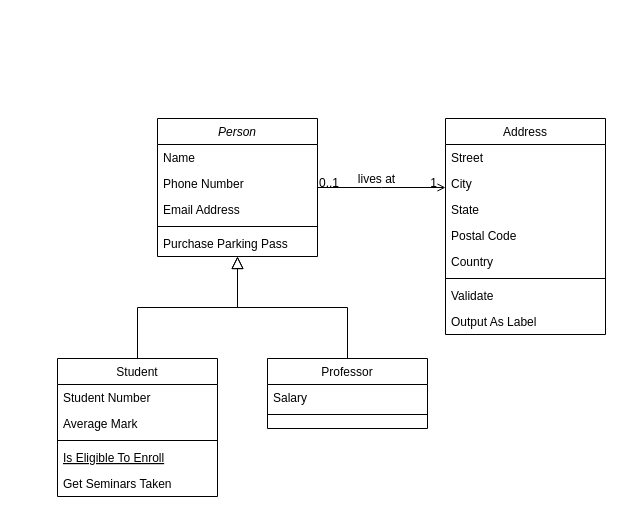
Before: Never-Edit-Master.drawio in 2kkei/CSS496, a draw.io diagram. Source tidied: cells renumbered, new cells numbered last; positions are measured from the earlier drawing's top-left corner, leaving out a move shared by most shapes. Both pictures are drawn from the tidied source at 100%, with x=0, y=0 at pixel (57, 118).
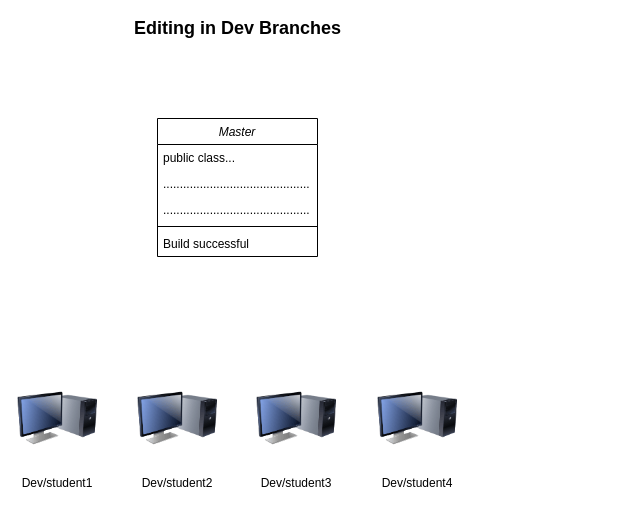
The same page after the edit.

Change to the diagram source:
```diff
@@
-    <mxCell id="2" value="Person" style="swimlane;fontStyle=2;align=center;verticalAlign=top;horizontal=1;startSize=26;rounded=0;shadow=0;strokeWidth=1;" parent="1" vertex="1">
+    <mxCell id="2" value="Master" style="swimlane;fontStyle=2;align=center;verticalAlign=top;horizontal=1;startSize=26;rounded=0;shadow=0;strokeWidth=1;" parent="1" vertex="1">
       <mxGeometry x="100" width="160" height="138" as="geometry" />
     </mxCell>
-    <mxCell id="3" value="Name" style="text;align=left;verticalAlign=top;spacingLeft=4;spacingRight=4;overflow=hidden;" parent="2" vertex="1">
+    <mxCell id="3" value="public class..." style="text;align=left;verticalAlign=top;spacingLeft=4;spacingRight=4;overflow=hidden;" parent="2" vertex="1">
       <mxGeometry y="26" width="160" height="26" as="geometry" />
     </mxCell>
-    <mxCell id="4" value="Phone Number" style="text;align=left;verticalAlign=top;spacingLeft=4;spacingRight=4;overflow=hidden;rounded=0;shadow=0;html=0;" parent="2" vertex="1">
+    <mxCell id="4" value="............................................ " style="text;align=left;verticalAlign=top;spacingLeft=4;spacingRight=4;overflow=hidden;rounded=0;shadow=0;html=0;" parent="2" vertex="1">
       <mxGeometry y="52" width="160" height="26" as="geometry" />
     </mxCell>
-    <mxCell id="5" value="Email Address" style="text;align=left;verticalAlign=top;spacingLeft=4;spacingRight=4;overflow=hidden;rounded=0;shadow=0;html=0;" parent="2" vertex="1">
+    <mxCell id="5" value="............................................ " style="text;align=left;verticalAlign=top;spacingLeft=4;spacingRight=4;overflow=hidden;rounded=0;shadow=0;html=0;" parent="2" vertex="1">
       <mxGeometry y="78" width="160" height="26" as="geometry" />
     </mxCell>
@@
-    <mxCell id="7" value="Purchase Parking Pass" style="text;align=left;verticalAlign=top;spacingLeft=4;spacingRight=4;overflow=hidden;" parent="2" vertex="1">
+    <mxCell id="7" value="Build successful" style="text;align=left;verticalAlign=top;spacingLeft=4;spacingRight=4;overflow=hidden;" parent="2" vertex="1">
       <mxGeometry y="112" width="160" height="26" as="geometry" />
     </mxCell>
-    <mxCell id="8" value="Student" style="swimlane;fontStyle=0;align=center;verticalAlign=top;horizontal=1;startSize=26;rounded=0;shadow=0;strokeWidth=1;" parent="1" vertex="1">
-      <mxGeometry y="240" width="160" height="138" as="geometry" />
-    </mxCell>
-    <mxCell id="9" value="Student Number" style="text;align=left;verticalAlign=top;spacingLeft=4;spacingRight=4;overflow=hidden;" parent="8" vertex="1">
-      <mxGeometry y="26" width="160" height="26" as="geometry" />
-    </mxCell>
-    <mxCell id="10" value="Average Mark" style="text;align=left;verticalAlign=top;spacingLeft=4;spacingRight=4;overflow=hidden;rounded=0;shadow=0;html=0;" parent="8" vertex="1">
-      <mxGeometry y="52" width="160" height="26" as="geometry" />
-    </mxCell>
-    <mxCell id="11" style="line;html=1;strokeWidth=1;align=left;verticalAlign=middle;spacingTop=-1;spacingLeft=3;spacingRight=3;labelPosition=right;" parent="8" vertex="1">
-      <mxGeometry y="78" width="160" height="8" as="geometry" />
-    </mxCell>
-    <mxCell id="12" value="Is Eligible To Enroll" style="text;align=left;verticalAlign=top;spacingLeft=4;spacingRight=4;overflow=hidden;fontStyle=4;" parent="8" vertex="1">
-      <mxGeometry y="86" width="160" height="26" as="geometry" />
-    </mxCell>
-    <mxCell id="13" value="Get Seminars Taken" style="text;align=left;verticalAlign=top;spacingLeft=4;spacingRight=4;overflow=hidden;" parent="8" vertex="1">
-      <mxGeometry y="112" width="160" height="26" as="geometry" />
-    </mxCell>
-    <mxCell id="14" style="endArrow=block;endSize=10;endFill=0;shadow=0;strokeWidth=1;rounded=0;edgeStyle=elbowEdgeStyle;elbow=vertical;" parent="1" edge="1" source="8" target="2">
-      <mxGeometry relative="1" as="geometry" />
-    </mxCell>
-    <mxCell id="15" value="Professor" style="swimlane;fontStyle=0;align=center;verticalAlign=top;horizontal=1;startSize=26;rounded=0;shadow=0;strokeWidth=1;" parent="1" vertex="1">
-      <mxGeometry x="210" y="240" width="160" height="70" as="geometry" />
-    </mxCell>
-    <mxCell id="16" value="Salary" style="text;align=left;verticalAlign=top;spacingLeft=4;spacingRight=4;overflow=hidden;" parent="15" vertex="1">
-      <mxGeometry y="26" width="160" height="26" as="geometry" />
-    </mxCell>
-    <mxCell id="17" style="line;html=1;strokeWidth=1;align=left;verticalAlign=middle;spacingTop=-1;spacingLeft=3;spacingRight=3;labelPosition=right;" parent="15" vertex="1">
-      <mxGeometry y="52" width="160" height="8" as="geometry" />
-    </mxCell>
-    <mxCell id="18" style="endArrow=block;endSize=10;endFill=0;shadow=0;strokeWidth=1;rounded=0;edgeStyle=elbowEdgeStyle;elbow=vertical;" parent="1" edge="1" source="15" target="2">
-      <mxGeometry relative="1" as="geometry" />
-    </mxCell>
-    <mxCell id="19" value="Address" style="swimlane;fontStyle=0;align=center;verticalAlign=top;horizontal=1;startSize=26;rounded=0;shadow=0;strokeWidth=1;" parent="1" vertex="1">
-      <mxGeometry x="388" width="160" height="216" as="geometry" />
-    </mxCell>
-    <mxCell id="20" value="Street" style="text;align=left;verticalAlign=top;spacingLeft=4;spacingRight=4;overflow=hidden;" parent="19" vertex="1">
-      <mxGeometry y="26" width="160" height="26" as="geometry" />
-    </mxCell>
-    <mxCell id="21" value="City" style="text;align=left;verticalAlign=top;spacingLeft=4;spacingRight=4;overflow=hidden;rounded=0;shadow=0;html=0;" parent="19" vertex="1">
-      <mxGeometry y="52" width="160" height="26" as="geometry" />
-    </mxCell>
-    <mxCell id="22" value="State" style="text;align=left;verticalAlign=top;spacingLeft=4;spacingRight=4;overflow=hidden;rounded=0;shadow=0;html=0;" parent="19" vertex="1">
-      <mxGeometry y="78" width="160" height="26" as="geometry" />
-    </mxCell>
-    <mxCell id="23" value="Postal Code" style="text;align=left;verticalAlign=top;spacingLeft=4;spacingRight=4;overflow=hidden;rounded=0;shadow=0;html=0;" parent="19" vertex="1">
-      <mxGeometry y="104" width="160" height="26" as="geometry" />
-    </mxCell>
-    <mxCell id="24" value="Country" style="text;align=left;verticalAlign=top;spacingLeft=4;spacingRight=4;overflow=hidden;rounded=0;shadow=0;html=0;" parent="19" vertex="1">
-      <mxGeometry y="130" width="160" height="26" as="geometry" />
-    </mxCell>
-    <mxCell id="25" style="line;html=1;strokeWidth=1;align=left;verticalAlign=middle;spacingTop=-1;spacingLeft=3;spacingRight=3;labelPosition=right;" parent="19" vertex="1">
-      <mxGeometry y="156" width="160" height="8" as="geometry" />
-    </mxCell>
-    <mxCell id="26" value="Validate" style="text;align=left;verticalAlign=top;spacingLeft=4;spacingRight=4;overflow=hidden;" parent="19" vertex="1">
-      <mxGeometry y="164" width="160" height="26" as="geometry" />
-    </mxCell>
-    <mxCell id="27" value="Output As Label" style="text;align=left;verticalAlign=top;spacingLeft=4;spacingRight=4;overflow=hidden;" parent="19" vertex="1">
-      <mxGeometry y="190" width="160" height="26" as="geometry" />
-    </mxCell>
-    <mxCell id="28" style="endArrow=open;shadow=0;strokeWidth=1;rounded=0;endFill=1;edgeStyle=elbowEdgeStyle;elbow=vertical;" parent="1" edge="1" source="2" target="19">
-      <mxGeometry x="0.5" y="41" relative="1" as="geometry">
-        <mxPoint x="-40" y="32" as="offset" />
-      </mxGeometry>
-    </mxCell>
-    <mxCell id="29" value="0..1" style="align=left;verticalAlign=bottom;labelBackgroundColor=none;fontSize=12;" parent="28" vertex="1">
-      <mxGeometry x="-1" relative="1" as="geometry">
-        <mxPoint y="4" as="offset" />
-      </mxGeometry>
-    </mxCell>
-    <mxCell id="30" value="1" style="align=right;verticalAlign=bottom;labelBackgroundColor=none;fontSize=12;" parent="28" vertex="1">
-      <mxGeometry x="1" relative="1" as="geometry">
-        <mxPoint x="-7" y="4" as="offset" />
-      </mxGeometry>
-    </mxCell>
-    <mxCell id="31" value="lives at" style="text;html=1;align=center;verticalAlign=middle;labelBackgroundColor=none;rounded=0;shadow=0;strokeWidth=1;fontSize=12;" parent="28" vertex="1">
-      <mxGeometry x="0.5" y="49" relative="1" as="geometry">
-        <mxPoint x="-38" y="40" as="offset" />
-      </mxGeometry>
-    </mxCell>
+    <mxCell id="32" style="image;html=1;image=img/lib/clip_art/computers/Monitor_Tower_128x128.png;" parent="1" vertex="1">
+      <mxGeometry x="-40" y="260" width="80" height="80" as="geometry" />
+    </mxCell>
+    <mxCell id="33" style="image;html=1;image=img/lib/clip_art/computers/Monitor_Tower_128x128.png;" parent="1" vertex="1">
+      <mxGeometry x="80" y="260" width="80" height="80" as="geometry" />
+    </mxCell>
+    <mxCell id="34" style="image;html=1;image=img/lib/clip_art/computers/Monitor_Tower_128x128.png;" parent="1" vertex="1">
+      <mxGeometry x="199" y="260" width="80" height="80" as="geometry" />
+    </mxCell>
+    <mxCell id="35" style="image;html=1;image=img/lib/clip_art/computers/Monitor_Tower_128x128.png;" parent="1" vertex="1">
+      <mxGeometry x="320" y="260" width="80" height="80" as="geometry" />
+    </mxCell>
+    <mxCell id="36" value="Dev/student1" style="text;html=1;strokeColor=none;fillColor=none;align=center;verticalAlign=middle;whiteSpace=wrap;rounded=0;" parent="1" vertex="1">
+      <mxGeometry x="-30" y="350" width="60" height="30" as="geometry" />
+    </mxCell>
+    <mxCell id="37" value="Dev/student2" style="text;html=1;strokeColor=none;fillColor=none;align=center;verticalAlign=middle;whiteSpace=wrap;rounded=0;" parent="1" vertex="1">
+      <mxGeometry x="90" y="350" width="60" height="30" as="geometry" />
+    </mxCell>
+    <mxCell id="38" value="Dev/student3" style="text;html=1;strokeColor=none;fillColor=none;align=center;verticalAlign=middle;whiteSpace=wrap;rounded=0;" parent="1" vertex="1">
+      <mxGeometry x="209" y="350" width="60" height="30" as="geometry" />
+    </mxCell>
+    <mxCell id="39" value="Dev/student4" style="text;html=1;strokeColor=none;fillColor=none;align=center;verticalAlign=middle;whiteSpace=wrap;rounded=0;" parent="1" vertex="1">
+      <mxGeometry x="330" y="350" width="60" height="30" as="geometry" />
+    </mxCell>
+    <mxCell id="40" value="&lt;font style=&quot;font-size: 18px&quot;&gt;&lt;b&gt;Editing in Dev Branches&lt;/b&gt;&lt;/font&gt;" style="text;html=1;align=center;verticalAlign=middle;strokeColor=none;fillColor=none;" parent="1" vertex="1">
+      <mxGeometry x="70" y="-100" width="220" height="20" as="geometry" />
+    </mxCell>
```
